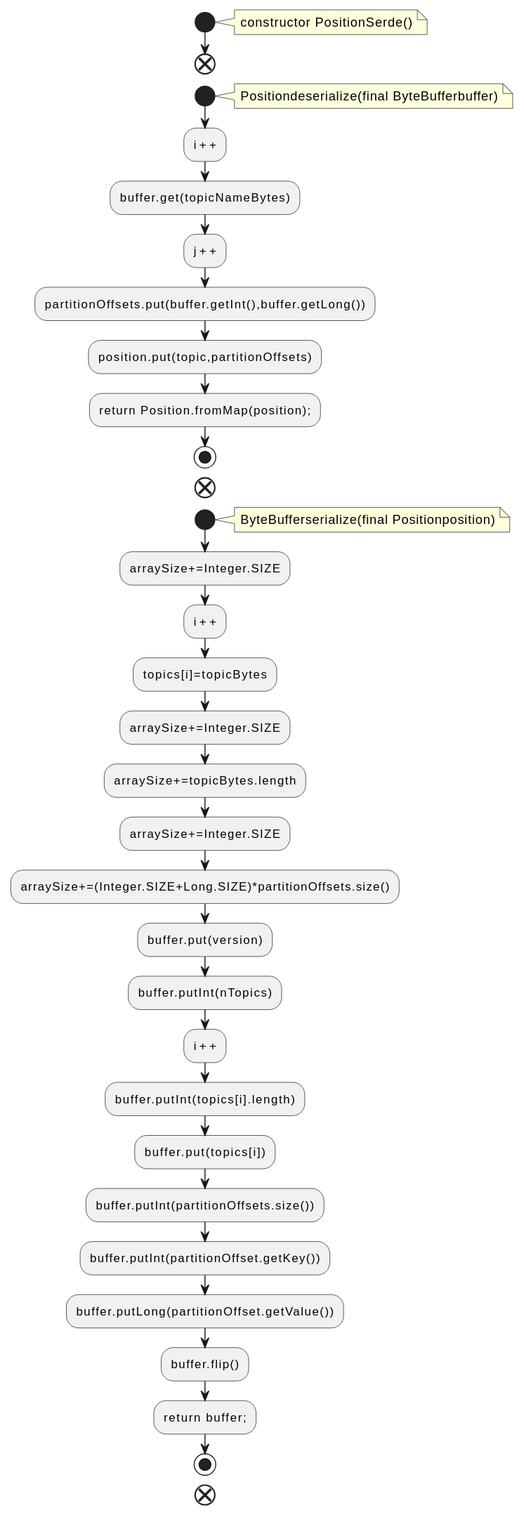
qualitesys/kafka keeps this PlantUML diagram as docs/qc/streams/src/main/java/org/apache/kafka/streams/state/internals/PositionSerde.java.fct.svg. Above is the earlier version. Source of this version:
```plantuml
@startuml
!pragma layout smetana
start
note right
constructor PositionSerde()
end note
end
start
note right
Positiondeserialize(final ByteBufferbuffer)
end note
:i++;
:buffer.get(topicNameBytes);
:j++;
:partitionOffsets.put(buffer.getInt(),buffer.getLong());
:position.put(topic,partitionOffsets);
:return Position.fromMap(position);;
stop
end
start
note right
ByteBufferserialize(final Positionposition)
end note
:arraySize+=Integer.SIZE;
:i++;
:topics[i]=topicBytes;
:arraySize+=Integer.SIZE;
:arraySize+=topicBytes.length;
:arraySize+=Integer.SIZE;
:arraySize+=(Integer.SIZE+Long.SIZE)*partitionOffsets.size();
:buffer.put(version);
:buffer.putInt(nTopics);
:i++;
:buffer.putInt(topics[i].length);
:buffer.put(topics[i]);
:buffer.putInt(partitionOffsets.size());
:buffer.putInt(partitionOffset.getKey());
:buffer.putLong(partitionOffset.getValue());
:buffer.flip();
:return buffer;;
stop
end
@enduml
```
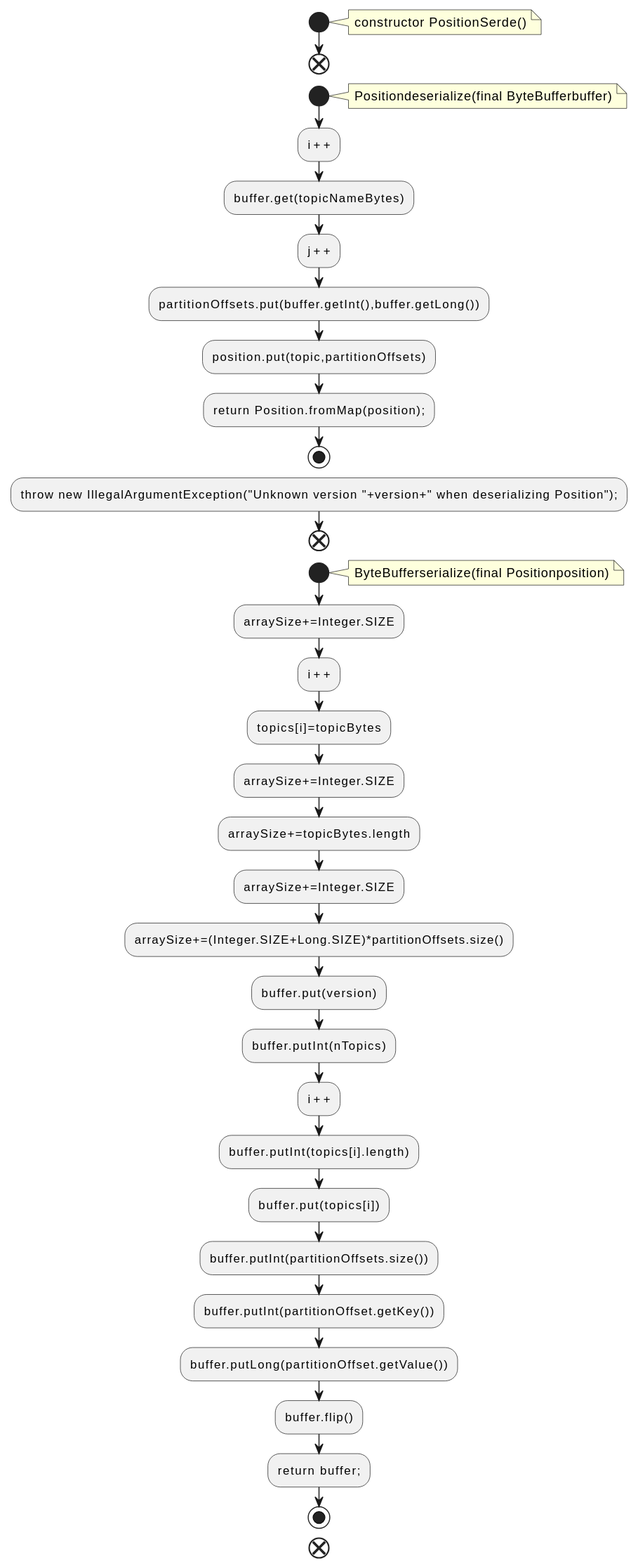
Above is the later version.

The edit, as a diff of the source:
```diff
@@ -16,6 +16,7 @@
 :position.put(topic,partitionOffsets);
 :return Position.fromMap(position);;
 stop
+:throw new IllegalArgumentException("Unknown version "+version+" when deserializing Position");;
 end
 start
 note right
```
